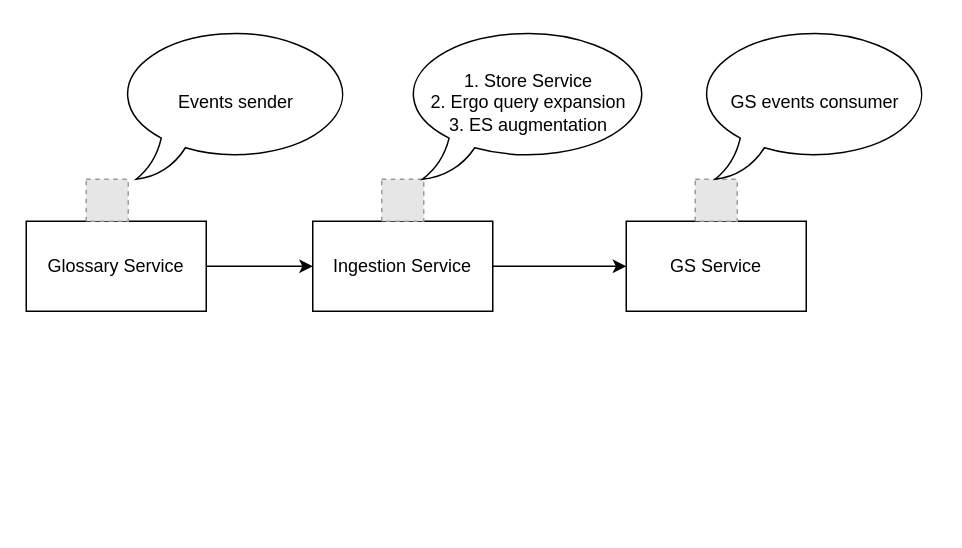
Earlier version of the draw.io diagram assets/ingestion_service.drawio (ganisback/draw.io). Source tidied: cells renumbered, new cells numbered last; positions are measured from the earlier drawing's top-left corner, leaving out a move shared by most shapes. Both pictures are drawn from the tidied source at 150%, with x=0, y=0 at pixel (26, 26). Pictures stored in the file or linked from it are replaced by grey dashed boxes.
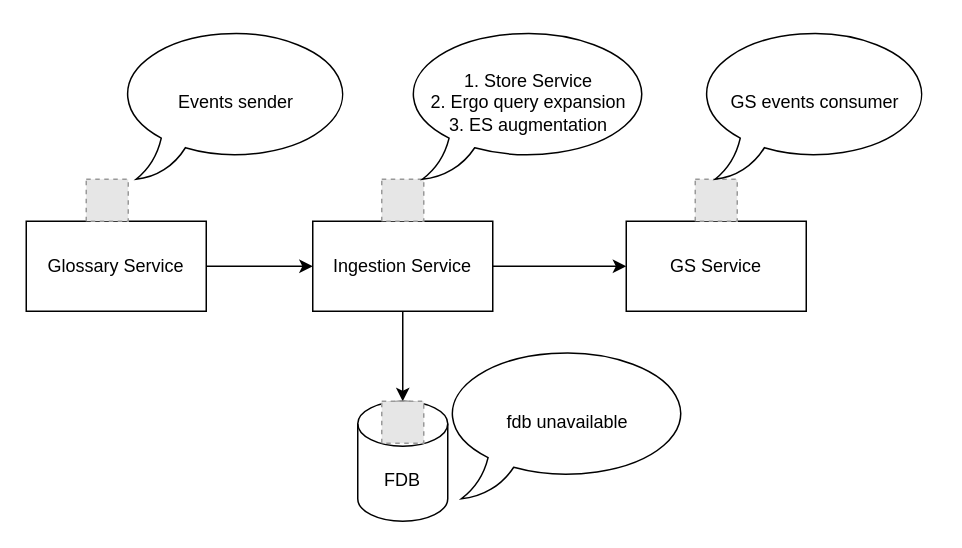
The same diagram, later.

Diff of the diagram source:
```diff
@@
 <mxGraphModel>
   <root>
     <mxCell id="0" />
     <mxCell id="1" parent="0" />
     <mxCell id="2" value="Glossary Service" style="rounded=0;whiteSpace=wrap;html=1;" parent="1" vertex="1">
       <mxGeometry y="130" width="120" height="60" as="geometry" />
     </mxCell>
     <mxCell id="3" value="Ingestion Service" style="rounded=0;whiteSpace=wrap;html=1;" parent="1" vertex="1">
       <mxGeometry x="191" y="130" width="120" height="60" as="geometry" />
     </mxCell>
     <mxCell id="4" value="GS Service" style="rounded=0;whiteSpace=wrap;html=1;" parent="1" vertex="1">
       <mxGeometry x="400" y="130" width="120" height="60" as="geometry" />
     </mxCell>
     <mxCell id="5" style="endArrow=classic;html=1;rounded=0;exitX=1;exitY=0.5;exitDx=0;exitDy=0;entryX=0;entryY=0.5;entryDx=0;entryDy=0;" parent="1" edge="1" source="2" target="3">
       <mxGeometry relative="1" as="geometry" />
     </mxCell>
     <mxCell id="6" style="endArrow=classic;html=1;rounded=0;exitX=1;exitY=0.5;exitDx=0;exitDy=0;entryX=0;entryY=0.5;entryDx=0;entryDy=0;" parent="1" edge="1" source="3" target="4">
       <mxGeometry relative="1" as="geometry" />
     </mxCell>
     <mxCell id="7" style="fillColor=#E6E6E6;strokeColor=#999999;dashed=1;html=1;verticalAlign=top;verticalLabelPosition=bottom;labelBackgroundColor=#ffffff;" parent="1" vertex="1">
       <mxGeometry x="40" y="102" width="28" height="28" as="geometry" />
     </mxCell>
     <mxCell id="8" style="fillColor=#E6E6E6;strokeColor=#999999;dashed=1;html=1;verticalAlign=top;verticalLabelPosition=bottom;labelBackgroundColor=#ffffff;" parent="1" vertex="1">
       <mxGeometry x="237" y="102" width="28" height="28" as="geometry" />
     </mxCell>
     <mxCell id="9" style="fillColor=#E6E6E6;strokeColor=#999999;dashed=1;html=1;verticalAlign=top;verticalLabelPosition=bottom;labelBackgroundColor=#ffffff;" parent="1" vertex="1">
       <mxGeometry x="446" y="102" width="28" height="28" as="geometry" />
     </mxCell>
     <mxCell id="10" value="Events sender" style="whiteSpace=wrap;html=1;shape=mxgraph.basic.oval_callout;" parent="1" vertex="1">
       <mxGeometry x="60" width="160" height="102" as="geometry" />
     </mxCell>
     <mxCell id="11" value="1. Store Service&lt;br&gt;2. Ergo query expansion&lt;br&gt;3. ES augmentation" style="whiteSpace=wrap;html=1;shape=mxgraph.basic.oval_callout;" parent="1" vertex="1">
       <mxGeometry x="250" width="170" height="102" as="geometry" />
     </mxCell>
     <mxCell id="12" value="GS events consumer" style="whiteSpace=wrap;html=1;shape=mxgraph.basic.oval_callout;" parent="1" vertex="1">
       <mxGeometry x="446" width="160" height="102" as="geometry" />
     </mxCell>
+    <mxCell id="13" value="FDB" style="shape=cylinder3;whiteSpace=wrap;html=1;boundedLbl=1;backgroundOutline=1;size=15;" parent="1" vertex="1">
+      <mxGeometry x="221" y="250" width="60" height="80" as="geometry" />
+    </mxCell>
+    <mxCell id="14" style="endArrow=classic;html=1;rounded=0;exitX=0.5;exitY=1;exitDx=0;exitDy=0;entryX=0.5;entryY=0;entryDx=0;entryDy=0;entryPerimeter=0;" parent="1" edge="1" source="3" target="13">
+      <mxGeometry relative="1" as="geometry" />
+    </mxCell>
+    <mxCell id="15" style="fillColor=#E6E6E6;strokeColor=#999999;dashed=1;html=1;verticalAlign=top;verticalLabelPosition=bottom;labelBackgroundColor=#ffffff;" parent="1" vertex="1">
+      <mxGeometry x="237" y="250" width="28" height="28" as="geometry" />
+    </mxCell>
+    <mxCell id="16" value="fdb unavailable" style="whiteSpace=wrap;html=1;shape=mxgraph.basic.oval_callout;" parent="1" vertex="1">
+      <mxGeometry x="276" y="213" width="170" height="102" as="geometry" />
+    </mxCell>
   </root>
 </mxGraphModel>
```
